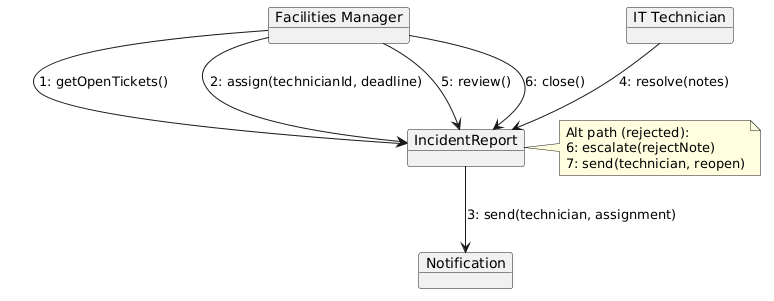
This is Diagrams/Collaboration Diagrams/BS_FCM_02.png from erindkotobelli12/BankManagementSystem, a PlantUML export, as it was before one commit. Its diagram source:
```plantuml
@startuml
skinparam objectStyle rectangle

object "Facilities Manager" as FM
object "IncidentReport" as IR
object "Notification" as N
object "IT Technician" as IT

FM --> IR : 1: getOpenTickets()
FM --> IR : 2: assign(technicianId, deadline)
IR --> N  : 3: send(technician, assignment)
IT --> IR : 4: resolve(notes)
FM --> IR : 5: review()
FM --> IR : 6: close()

note right of IR #lightyellow
  Alt path (rejected):
  6: escalate(rejectNote)
  7: send(technician, reopen)
end note
@enduml
```
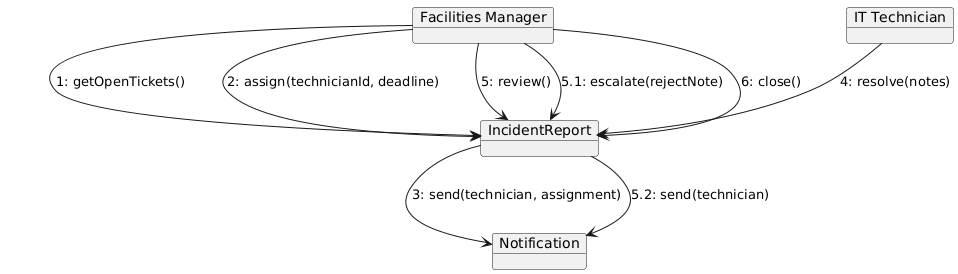
After the commit.

Change to the diagram source:
```diff
@@ -1,21 +1,15 @@
 @startuml
-skinparam objectStyle rectangle
-
 object "Facilities Manager" as FM
+object "IT Technician" as IT
 object "IncidentReport" as IR
 object "Notification" as N
-object "IT Technician" as IT
 
 FM --> IR : 1: getOpenTickets()
 FM --> IR : 2: assign(technicianId, deadline)
-IR --> N  : 3: send(technician, assignment)
+IR --> N : 3: send(technician, assignment)
 IT --> IR : 4: resolve(notes)
 FM --> IR : 5: review()
+FM --> IR : 5.1: escalate(rejectNote)
+IR --> N : 5.2: send(technician)
 FM --> IR : 6: close()
-
-note right of IR #lightyellow
-  Alt path (rejected):
-  6: escalate(rejectNote)
-  7: send(technician, reopen)
-end note
 @enduml
```
